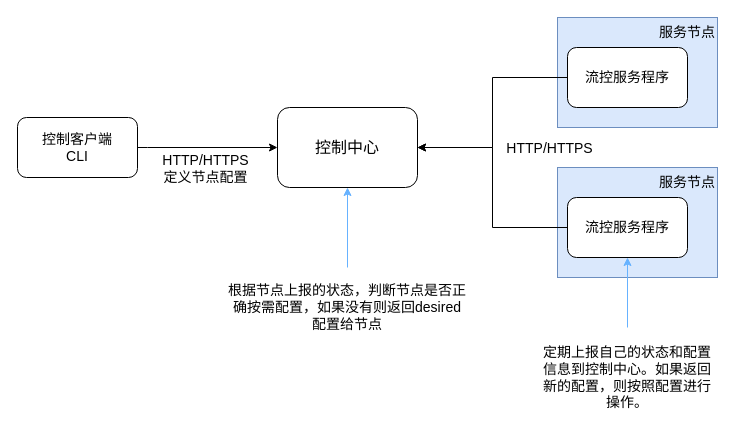
The draw.io diagram page "Page-1" (1 of 3) of tc-platform.drawio in formula1kimi/draw.io, before the edit. Source tidied: cells renumbered, new cells numbered last; positions are measured from the earlier drawing's top-left corner, leaving out a move shared by most shapes. Both pictures are drawn from the tidied source at 100%, with x=0, y=0 at pixel (17, 17).
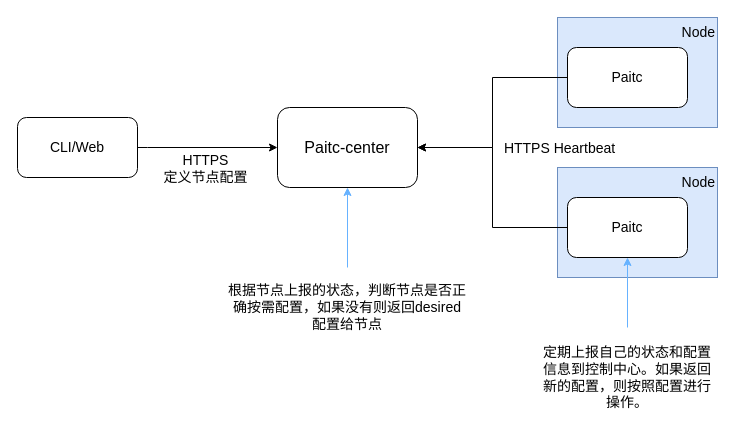
The same diagram, later.

Change to the diagram source:
```diff
@@
 <mxGraphModel>
   <root>
     <mxCell id="0" />
     <mxCell id="1" parent="0" />
-    <mxCell id="2" value="&lt;div style=&quot;font-size: 14px;&quot;&gt;服务节点&lt;br style=&quot;font-size: 14px;&quot;&gt;&lt;/div&gt;" style="rounded=0;whiteSpace=wrap;html=1;fontSize=14;align=right;verticalAlign=top;fillColor=#dae8fc;strokeColor=#6c8ebf;" parent="1" vertex="1">
+    <mxCell id="2" value="Node" style="rounded=0;whiteSpace=wrap;html=1;fontSize=14;align=right;verticalAlign=top;fillColor=#dae8fc;strokeColor=#6c8ebf;" parent="1" vertex="1">
       <mxGeometry x="540" width="160" height="110" as="geometry" />
     </mxCell>
     <mxCell id="3" style="edgeStyle=orthogonalEdgeStyle;rounded=0;jettySize=auto;html=1;fontSize=14;exitX=0;exitY=0.5;exitDx=0;exitDy=0;entryX=1;entryY=0.5;entryDx=0;entryDy=0;" parent="1" edge="1" source="8" target="4">
       <mxGeometry relative="1" as="geometry" />
     </mxCell>
-    <mxCell id="4" value="控制中心" style="rounded=1;whiteSpace=wrap;html=1;fontSize=16;" parent="1" vertex="1">
+    <mxCell id="4" value="Paitc-center" style="rounded=1;whiteSpace=wrap;html=1;fontSize=16;" parent="1" vertex="1">
       <mxGeometry x="260" y="90" width="140" height="80" as="geometry" />
     </mxCell>
     <mxCell id="5" style="edgeStyle=orthogonalEdgeStyle;rounded=0;jettySize=auto;html=1;entryX=0;entryY=0.5;entryDx=0;entryDy=0;fontSize=14;" parent="1" edge="1" source="7" target="4">
       <mxGeometry relative="1" as="geometry">
         <Array as="points">
           <mxPoint x="130" y="130" />
         </Array>
       </mxGeometry>
     </mxCell>
-    <mxCell id="6" value="&lt;div&gt;HTTP/HTTPS&lt;/div&gt;&lt;div&gt;定义节点配置&lt;br&gt;&lt;/div&gt;" style="edgeLabel;html=1;align=center;verticalAlign=middle;fontSize=14;" parent="5" vertex="1">
+    <mxCell id="6" value="&lt;div&gt;HTTPS&lt;/div&gt;&lt;div&gt;定义节点配置&lt;br&gt;&lt;/div&gt;" style="edgeLabel;html=1;align=center;verticalAlign=middle;fontSize=14;" parent="5" vertex="1">
       <mxGeometry x="0.28" y="-3" relative="1" as="geometry">
         <mxPoint x="-23" y="17" as="offset" />
       </mxGeometry>
     </mxCell>
-    <mxCell id="7" value="&lt;div&gt;控制客户端&lt;/div&gt;&lt;div&gt;CLI&lt;br&gt;&lt;/div&gt;" style="rounded=1;whiteSpace=wrap;html=1;fontSize=14;" parent="1" vertex="1">
+    <mxCell id="7" value="CLI/Web" style="rounded=1;whiteSpace=wrap;html=1;fontSize=14;" parent="1" vertex="1">
       <mxGeometry y="100" width="120" height="60" as="geometry" />
     </mxCell>
-    <mxCell id="8" value="流控服务程序" style="rounded=1;whiteSpace=wrap;html=1;fontSize=14;" parent="1" vertex="1">
+    <mxCell id="8" value="Paitc" style="rounded=1;whiteSpace=wrap;html=1;fontSize=14;" parent="1" vertex="1">
       <mxGeometry x="550" y="30" width="120" height="60" as="geometry" />
     </mxCell>
-    <mxCell id="9" value="&lt;div style=&quot;font-size: 14px;&quot;&gt;服务节点&lt;br style=&quot;font-size: 14px;&quot;&gt;&lt;/div&gt;" style="rounded=0;whiteSpace=wrap;html=1;fontSize=14;align=right;verticalAlign=top;fillColor=#dae8fc;strokeColor=#6c8ebf;" parent="1" vertex="1">
+    <mxCell id="9" value="&lt;div style=&quot;font-size: 14px&quot;&gt;Node&lt;br style=&quot;font-size: 14px&quot;&gt;&lt;/div&gt;" style="rounded=0;whiteSpace=wrap;html=1;fontSize=14;align=right;verticalAlign=top;fillColor=#dae8fc;strokeColor=#6c8ebf;" parent="1" vertex="1">
       <mxGeometry x="540" y="150" width="160" height="110" as="geometry" />
     </mxCell>
-    <mxCell id="10" value="流控服务程序" style="rounded=1;whiteSpace=wrap;html=1;fontSize=14;" parent="1" vertex="1">
+    <mxCell id="10" value="Paitc" style="rounded=1;whiteSpace=wrap;html=1;fontSize=14;" parent="1" vertex="1">
       <mxGeometry x="550" y="180" width="120" height="60" as="geometry" />
     </mxCell>
     <mxCell id="11" style="edgeStyle=orthogonalEdgeStyle;rounded=0;jettySize=auto;html=1;fontSize=14;exitX=0;exitY=0.5;exitDx=0;exitDy=0;entryX=1;entryY=0.5;entryDx=0;entryDy=0;" parent="1" edge="1" source="10" target="4">
       <mxGeometry relative="1" as="geometry" />
     </mxCell>
-    <mxCell id="12" value="HTTP/HTTPS" style="edgeLabel;html=1;align=center;verticalAlign=middle;fontSize=14;" parent="11" vertex="1">
+    <mxCell id="12" value="HTTPS Heartbeat" style="edgeLabel;html=1;align=center;verticalAlign=middle;fontSize=14;" parent="11" vertex="1">
       <mxGeometry x="-0.39" y="-4" relative="1" as="geometry">
-        <mxPoint x="51" y="-76" as="offset" />
+        <mxPoint x="61" y="-76" as="offset" />
       </mxGeometry>
     </mxCell>
     <mxCell id="13" style="edgeStyle=orthogonalEdgeStyle;rounded=0;jettySize=auto;html=1;fontSize=14;fillColor=#008a00;strokeColor=#66B2FF;" parent="1" edge="1" source="14" target="4">
       <mxGeometry relative="1" as="geometry" />
     </mxCell>
     <mxCell id="14" value="根据节点上报的状态，判断节点是否正确按需配置，如果没有则返回desired 配置给节点" style="text;html=1;strokeColor=none;fillColor=none;align=center;verticalAlign=middle;whiteSpace=wrap;rounded=0;shadow=0;glass=0;fontSize=14;" parent="1" vertex="1">
       <mxGeometry x="210" y="250" width="240" height="80" as="geometry" />
     </mxCell>
     <mxCell id="15" style="edgeStyle=orthogonalEdgeStyle;rounded=0;jettySize=auto;html=1;fontSize=14;strokeColor=#66B2FF;" parent="1" edge="1" source="16" target="10">
       <mxGeometry relative="1" as="geometry" />
     </mxCell>
     <mxCell id="16" value="定期上报自己的状态和配置信息到控制中心。如果返回新的配置，则按照配置进行操作。" style="text;html=1;strokeColor=none;fillColor=none;align=center;verticalAlign=middle;whiteSpace=wrap;rounded=0;shadow=0;glass=0;fontSize=14;" parent="1" vertex="1">
       <mxGeometry x="520" y="310" width="180" height="100" as="geometry" />
     </mxCell>
   </root>
 </mxGraphModel>
```
